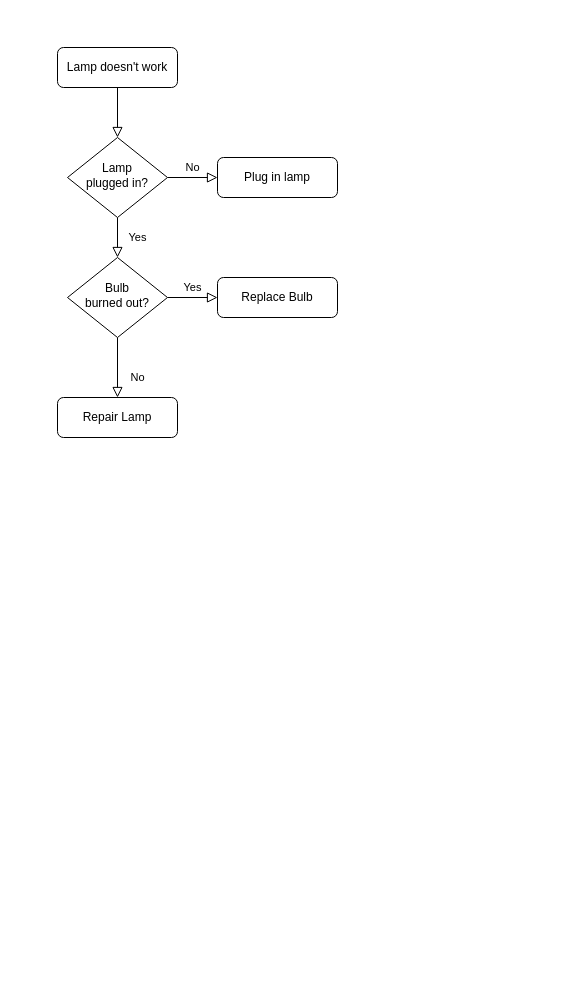
Earlier version of the draw.io diagram Diagrama sem nome.drawio (rogermix69/app.diagrams.net). Source tidied: cells renumbered, new cells numbered last; positions are measured from the earlier drawing's top-left corner, leaving out a move shared by most shapes. Both pictures are drawn from the tidied source at 100%, with x=0, y=0 at pixel (57, 47).
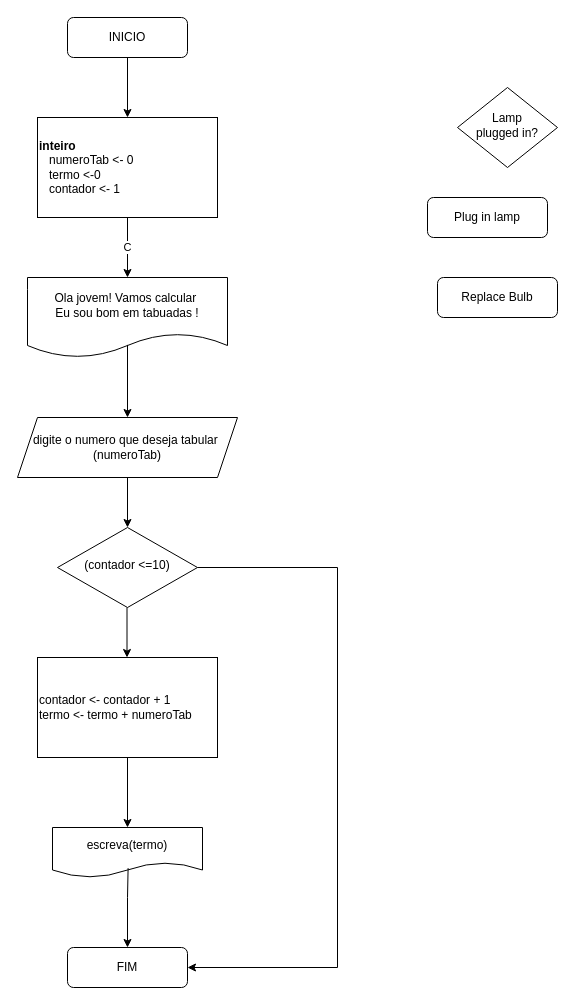
After the change.

Diff of the diagram source:
```diff
@@
-    <mxCell id="2" style="rounded=0;html=1;jettySize=auto;fontSize=11;endArrow=block;endFill=0;endSize=8;strokeWidth=1;shadow=0;labelBackgroundColor=none;edgeStyle=orthogonalEdgeStyle;" parent="1" edge="1" source="3" target="6">
-      <mxGeometry relative="1" as="geometry" />
-    </mxCell>
-    <mxCell id="3" value="Lamp doesn't work" style="rounded=1;whiteSpace=wrap;html=1;fontSize=12;glass=0;strokeWidth=1;shadow=0;" parent="1" vertex="1">
-      <mxGeometry width="120" height="40" as="geometry" />
+    <mxCell id="3" value="INICIO" style="rounded=1;whiteSpace=wrap;html=1;fontSize=12;glass=0;strokeWidth=1;shadow=0;" parent="1" vertex="1">
+      <mxGeometry x="10" y="-30" width="120" height="40" as="geometry" />
     </mxCell>
-    <mxCell id="4" value="Yes" style="rounded=0;html=1;jettySize=auto;fontSize=11;endArrow=block;endFill=0;endSize=8;strokeWidth=1;shadow=0;labelBackgroundColor=none;edgeStyle=orthogonalEdgeStyle;" parent="1" edge="1" source="6" target="10">
-      <mxGeometry y="20" relative="1" as="geometry" />
-    </mxCell>
-    <mxCell id="5" value="No" style="edgeStyle=orthogonalEdgeStyle;rounded=0;html=1;jettySize=auto;fontSize=11;endArrow=block;endFill=0;endSize=8;strokeWidth=1;shadow=0;labelBackgroundColor=none;" parent="1" edge="1" source="6" target="7">
-      <mxGeometry y="10" relative="1" as="geometry" />
-    </mxCell>
     <mxCell id="6" value="Lamp&lt;br&gt;plugged in?" style="rhombus;whiteSpace=wrap;html=1;shadow=0;fontFamily=Helvetica;fontSize=12;align=center;strokeWidth=1;spacing=6;spacingTop=-4;" parent="1" vertex="1">
-      <mxGeometry x="10" y="90" width="100" height="80" as="geometry" />
+      <mxGeometry x="400" y="40" width="100" height="80" as="geometry" />
     </mxCell>
     <mxCell id="7" value="Plug in lamp" style="rounded=1;whiteSpace=wrap;html=1;fontSize=12;glass=0;strokeWidth=1;shadow=0;" parent="1" vertex="1">
-      <mxGeometry x="160" y="110" width="120" height="40" as="geometry" />
+      <mxGeometry x="370" y="150" width="120" height="40" as="geometry" />
     </mxCell>
-    <mxCell id="8" value="No" style="rounded=0;html=1;jettySize=auto;fontSize=11;endArrow=block;endFill=0;endSize=8;strokeWidth=1;shadow=0;labelBackgroundColor=none;edgeStyle=orthogonalEdgeStyle;" parent="1" edge="1" source="10" target="11">
-      <mxGeometry x="0.33" y="20" relative="1" as="geometry" />
-    </mxCell>
-    <mxCell id="9" value="Yes" style="edgeStyle=orthogonalEdgeStyle;rounded=0;html=1;jettySize=auto;fontSize=11;endArrow=block;endFill=0;endSize=8;strokeWidth=1;shadow=0;labelBackgroundColor=none;" parent="1" edge="1" source="10" target="12">
-      <mxGeometry y="10" relative="1" as="geometry" />
-    </mxCell>
-    <mxCell id="10" value="Bulb&lt;br&gt;burned out?" style="rhombus;whiteSpace=wrap;html=1;shadow=0;fontFamily=Helvetica;fontSize=12;align=center;strokeWidth=1;spacing=6;spacingTop=-4;" parent="1" vertex="1">
-      <mxGeometry x="10" y="210" width="100" height="80" as="geometry" />
+    <mxCell id="10" value="(contador &amp;lt;=10)" style="rhombus;whiteSpace=wrap;html=1;shadow=0;fontFamily=Helvetica;fontSize=12;align=center;strokeWidth=1;spacing=6;spacingTop=-4;" parent="1" vertex="1">
+      <mxGeometry y="480" width="140" height="80" as="geometry" />
     </mxCell>
-    <mxCell id="11" value="Repair Lamp" style="rounded=1;whiteSpace=wrap;html=1;fontSize=12;glass=0;strokeWidth=1;shadow=0;" parent="1" vertex="1">
-      <mxGeometry y="350" width="120" height="40" as="geometry" />
+    <mxCell id="11" value="FIM" style="rounded=1;whiteSpace=wrap;html=1;fontSize=12;glass=0;strokeWidth=1;shadow=0;" parent="1" vertex="1">
+      <mxGeometry x="10" y="900" width="120" height="40" as="geometry" />
     </mxCell>
     <mxCell id="12" value="Replace Bulb" style="rounded=1;whiteSpace=wrap;html=1;fontSize=12;glass=0;strokeWidth=1;shadow=0;" parent="1" vertex="1">
-      <mxGeometry x="160" y="230" width="120" height="40" as="geometry" />
+      <mxGeometry x="380" y="230" width="120" height="40" as="geometry" />
     </mxCell>
+    <mxCell id="13" value="&lt;b&gt;inteiro&lt;/b&gt;&lt;br&gt;&amp;nbsp; &amp;nbsp;numeroTab &amp;lt;- 0&lt;br&gt;&amp;nbsp; &amp;nbsp;termo &amp;lt;-0&lt;br&gt;&lt;div style=&quot;&quot;&gt;&lt;span style=&quot;background-color: initial;&quot;&gt;&amp;nbsp; &amp;nbsp;contador &amp;lt;- 1&lt;/span&gt;&lt;/div&gt;" style="rounded=0;whiteSpace=wrap;html=1;align=left;" parent="1" vertex="1">
+      <mxGeometry x="-20" y="70" width="180" height="100" as="geometry" />
+    </mxCell>
+    <mxCell id="14" value="Ola jovem! Vamos calcular&amp;nbsp;&lt;br&gt;Eu sou bom em tabuadas !" style="shape=document;whiteSpace=wrap;html=1;boundedLbl=1;" parent="1" vertex="1">
+      <mxGeometry x="-30" y="230" width="200" height="80" as="geometry" />
+    </mxCell>
+    <mxCell id="15" value="digite o numero que deseja tabular&amp;nbsp;&lt;br&gt;(numeroTab)" style="shape=parallelogram;perimeter=parallelogramPerimeter;whiteSpace=wrap;html=1;fixedSize=1;" parent="1" vertex="1">
+      <mxGeometry x="-40" y="370" width="220" height="60" as="geometry" />
+    </mxCell>
+    <mxCell id="16" style="edgeStyle=orthogonalEdgeStyle;rounded=0;jettySize=auto;html=1;" parent="1" edge="1" source="17" target="18">
+      <mxGeometry relative="1" as="geometry" />
+    </mxCell>
+    <mxCell id="17" value="contador &amp;lt;- contador + 1&lt;br&gt;termo &amp;lt;- termo + numeroTab&lt;br&gt;" style="rounded=0;whiteSpace=wrap;html=1;align=left;" parent="1" vertex="1">
+      <mxGeometry x="-20" y="610" width="180" height="100" as="geometry" />
+    </mxCell>
+    <mxCell id="18" value="escreva(termo)" style="shape=document;whiteSpace=wrap;html=1;boundedLbl=1;" parent="1" vertex="1">
+      <mxGeometry x="-5" y="780" width="150" height="50" as="geometry" />
+    </mxCell>
+    <mxCell id="8" style="endArrow=classic;html=1;rounded=0;exitX=1;exitY=0.5;exitDx=0;exitDy=0;entryX=1;entryY=0.5;entryDx=0;entryDy=0;" parent="1" edge="1" source="10" target="11">
+      <mxGeometry relative="1" as="geometry">
+        <Array as="points">
+          <mxPoint x="280" y="520" />
+          <mxPoint x="280" y="920" />
+        </Array>
+      </mxGeometry>
+    </mxCell>
+    <mxCell id="19" style="endArrow=classic;html=1;rounded=0;exitX=0.5;exitY=1;exitDx=0;exitDy=0;entryX=0.5;entryY=0;entryDx=0;entryDy=0;" parent="1" edge="1" source="3" target="13">
+      <mxGeometry relative="1" as="geometry" />
+    </mxCell>
+    <mxCell id="20" value="C" style="endArrow=classic;html=1;rounded=0;exitX=0.5;exitY=1;exitDx=0;exitDy=0;" parent="1" edge="1" source="13">
+      <mxGeometry relative="1" as="geometry">
+        <mxPoint x="70" y="230" as="targetPoint" />
+      </mxGeometry>
+    </mxCell>
+    <mxCell id="21" style="endArrow=classic;html=1;rounded=0;exitX=0.5;exitY=0.842;exitDx=0;exitDy=0;exitPerimeter=0;entryX=0.5;entryY=0;entryDx=0;entryDy=0;" parent="1" edge="1" source="14" target="15">
+      <mxGeometry relative="1" as="geometry" />
+    </mxCell>
+    <mxCell id="22" style="endArrow=classic;html=1;rounded=0;exitX=0.5;exitY=1;exitDx=0;exitDy=0;entryX=0.5;entryY=0;entryDx=0;entryDy=0;" parent="1" edge="1" source="15" target="10">
+      <mxGeometry relative="1" as="geometry" />
+    </mxCell>
+    <mxCell id="23" style="endArrow=classic;html=1;rounded=0;exitX=0.5;exitY=1;exitDx=0;exitDy=0;entryX=0.5;entryY=0;entryDx=0;entryDy=0;" parent="1" edge="1">
+      <mxGeometry relative="1" as="geometry">
+        <mxPoint x="69.5" y="560" as="sourcePoint" />
+        <mxPoint x="69.5" y="610" as="targetPoint" />
+      </mxGeometry>
+    </mxCell>
+    <mxCell id="24" style="endArrow=classic;html=1;rounded=0;entryX=0.5;entryY=0;entryDx=0;entryDy=0;exitX=0.504;exitY=0.813;exitDx=0;exitDy=0;exitPerimeter=0;" parent="1" edge="1" source="18" target="11">
+      <mxGeometry relative="1" as="geometry">
+        <Array as="points">
+          <mxPoint x="70" y="850" />
+        </Array>
+      </mxGeometry>
+    </mxCell>
```
